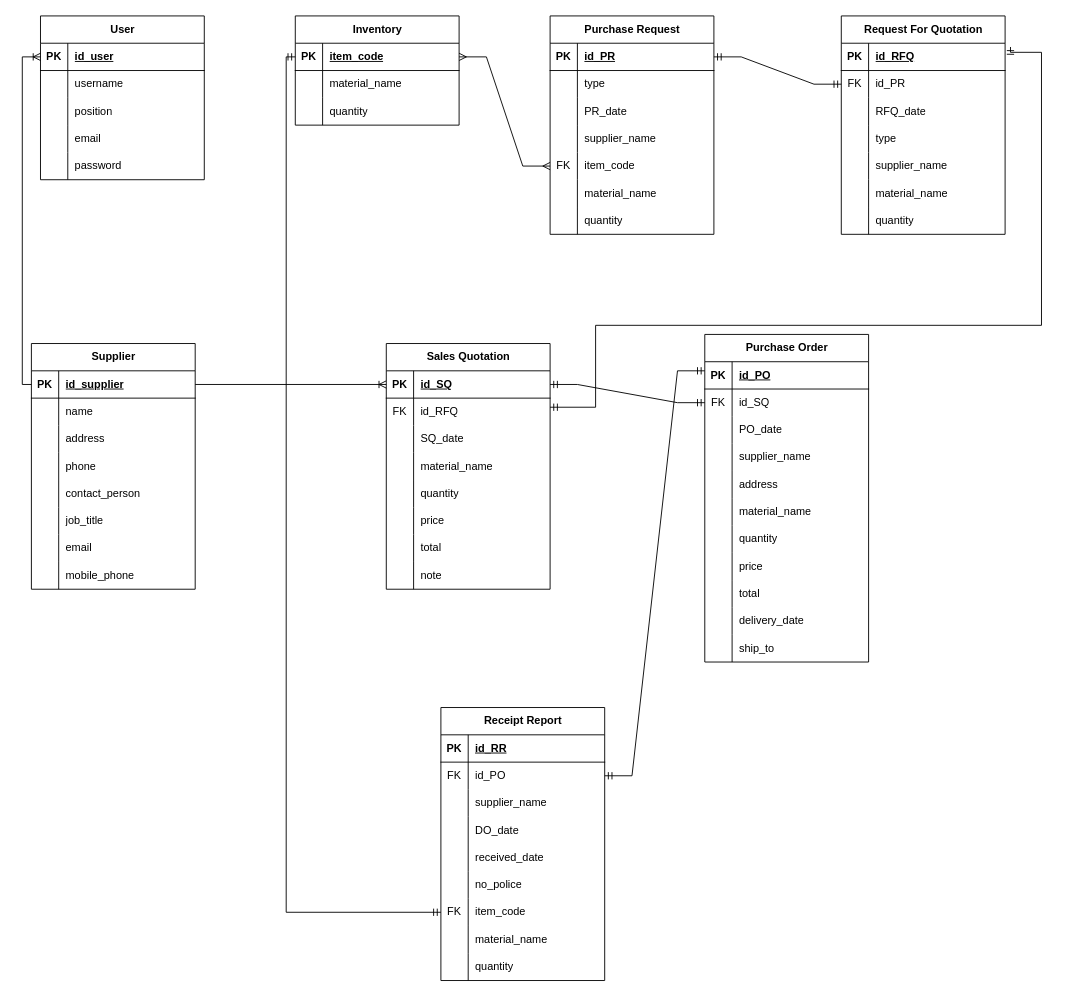
Earlier version of the draw.io diagram Diagram Tanpa Judul.drawio (annisaptr19/klinikmedika). Source tidied: cells renumbered, new cells numbered last; positions are measured from the earlier drawing's top-left corner, leaving out a move shared by most shapes. Both pictures are drawn from the tidied source at 91%, with x=0, y=0 at pixel (31, 15).
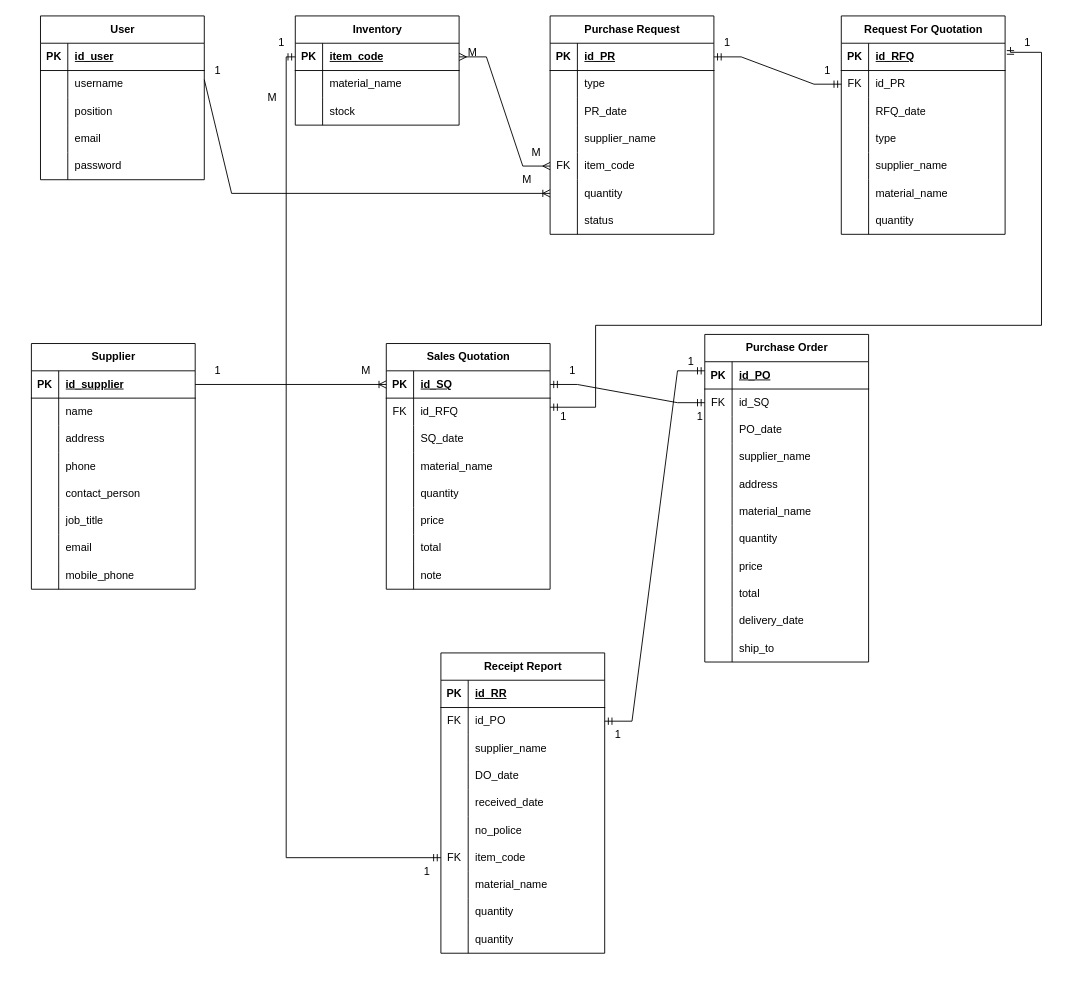
Above is the later version.

The change refers to these unchanged cells:
```xml
<mxCell id="5" style="shape=tableRow;horizontal=0;startSize=0;swimlaneHead=0;swimlaneBody=0;fillColor=none;points=[[0,0.5],[1,0.5]];portConstraint=eastwest;top=0;left=0;right=0;bottom=1;" parent="4" vertex="1">
  <mxGeometry y="30" width="180" height="30" as="geometry" />
</mxCell>
<mxCell id="27" style="shape=tableRow;horizontal=0;startSize=0;swimlaneHead=0;swimlaneBody=0;fillColor=none;top=0;left=0;right=0;bottom=0;" parent="20" vertex="1">
  <mxGeometry y="90" width="180" height="30" as="geometry" />
</mxCell>
<mxCell id="46" style="shape=tableRow;horizontal=0;startSize=0;swimlaneHead=0;swimlaneBody=0;fillColor=none;points=[[0,0.5],[1,0.5]];portConstraint=eastwest;top=0;left=0;right=0;bottom=0;" parent="30" vertex="1">
  <mxGeometry y="180" width="180" height="30" as="geometry" />
</mxCell>
<mxCell id="49" style="shape=tableRow;horizontal=0;startSize=0;swimlaneHead=0;swimlaneBody=0;fillColor=none;top=0;left=0;right=0;bottom=0;" parent="30" vertex="1">
  <mxGeometry y="210" width="180" height="30" as="geometry" />
</mxCell>
<mxCell id="134" style="shape=tableRow;horizontal=0;startSize=0;swimlaneHead=0;swimlaneBody=0;fillColor=none;points=[[0,0.5],[1,0.5]];portConstraint=eastwest;top=0;left=0;right=0;bottom=1;" parent="133" vertex="1">
  <mxGeometry y="30" width="180" height="30" as="geometry" />
</mxCell>
```

Change to the diagram source:
```diff
@@
-    <mxCell id="29" value="quantity" style="shape=partialRectangle;fillColor=none;top=0;left=0;bottom=0;right=0;align=left;spacingLeft=6;overflow=hidden;whiteSpace=wrap;html=1;" parent="27" vertex="1">
+    <mxCell id="29" value="stock" style="shape=partialRectangle;fillColor=none;top=0;left=0;bottom=0;right=0;align=left;spacingLeft=6;overflow=hidden;whiteSpace=wrap;html=1;" parent="27" vertex="1">
       <mxGeometry x="30" width="150" height="30" as="geometry" />
     </mxCell>
@@
-    <mxCell id="48" value="material_name" style="shape=partialRectangle;fillColor=none;top=0;left=0;bottom=0;right=0;align=left;spacingLeft=6;overflow=hidden;whiteSpace=wrap;html=1;" parent="46" vertex="1">
+    <mxCell id="48" value="quantity" style="shape=partialRectangle;fillColor=none;top=0;left=0;bottom=0;right=0;align=left;spacingLeft=6;overflow=hidden;whiteSpace=wrap;html=1;" parent="46" vertex="1">
       <mxGeometry x="30" width="150" height="30" as="geometry" />
     </mxCell>
@@
-    <mxCell id="51" value="quantity" style="shape=partialRectangle;fillColor=none;top=0;left=0;bottom=0;right=0;align=left;spacingLeft=6;overflow=hidden;whiteSpace=wrap;html=1;" parent="49" vertex="1">
+    <mxCell id="51" value="status" style="shape=partialRectangle;fillColor=none;top=0;left=0;bottom=0;right=0;align=left;spacingLeft=6;overflow=hidden;whiteSpace=wrap;html=1;" parent="49" vertex="1">
       <mxGeometry x="30" width="150" height="30" as="geometry" />
     </mxCell>
@@
     <mxCell id="158" value="Receipt Report" style="shape=table;startSize=30;childLayout=tableLayout;rowLines=0;fontStyle=1;align=center;html=1;" parent="1" vertex="1">
-      <mxGeometry x="450" y="760" width="180" height="300" as="geometry" />
+      <mxGeometry x="450" y="700" width="180" height="330" as="geometry" />
     </mxCell>
@@
+    <mxCell id="192" style="shape=tableRow;horizontal=0;startSize=0;swimlaneHead=0;swimlaneBody=0;fillColor=none;top=0;left=0;right=0;bottom=0;" parent="158" vertex="1">
+      <mxGeometry y="270" width="180" height="30" as="geometry" />
+    </mxCell>
+    <mxCell id="193" value="&lt;span style=&quot;white-space: pre;&quot;&gt;&#9;&lt;/span&gt;&lt;span style=&quot;white-space: pre;&quot;&gt;&#9;&lt;/span&gt;&lt;span style=&quot;white-space: pre;&quot;&gt;&#9;&lt;/span&gt;" style="shape=partialRectangle;fillColor=none;top=0;left=0;bottom=0;right=0;overflow=hidden;whiteSpace=wrap;html=1;" parent="192" vertex="1">
+      <mxGeometry width="30" height="30" as="geometry" />
+    </mxCell>
+    <mxCell id="194" value="quantity" style="shape=partialRectangle;fillColor=none;top=0;left=0;bottom=0;right=0;align=left;spacingLeft=6;overflow=hidden;whiteSpace=wrap;html=1;" parent="192" vertex="1">
+      <mxGeometry x="30" width="150" height="30" as="geometry" />
+    </mxCell>
     <mxCell id="183" style="shape=tableRow;horizontal=0;startSize=0;swimlaneHead=0;swimlaneBody=0;fillColor=none;top=0;left=0;right=0;bottom=0;" parent="158" vertex="1">
-      <mxGeometry y="270" width="180" height="30" as="geometry" />
+      <mxGeometry y="300" width="180" height="30" as="geometry" />
     </mxCell>
@@
-    <mxCell id="186" style="fontSize=12;html=1;endArrow=ERoneToMany;rounded=0;elbow=vertical;edgeStyle=orthogonalEdgeStyle;entryX=0;entryY=0.5;entryDx=0;entryDy=0;exitX=0;exitY=0.5;exitDx=0;exitDy=0;" parent="1" edge="1" source="134" target="5">
-      <mxGeometry relative="1" as="geometry" />
-    </mxCell>
@@
+    <mxCell id="195" style="fontSize=12;html=1;endArrow=ERoneToMany;rounded=0;entryX=0;entryY=0.5;entryDx=0;entryDy=0;exitX=0;exitY=1;exitDx=0;exitDy=0;" parent="1" edge="1" source="196" target="46">
+      <mxGeometry relative="1" as="geometry">
+        <Array as="points">
+          <mxPoint x="220" y="195" />
+        </Array>
+      </mxGeometry>
+    </mxCell>
+    <mxCell id="196" value="1" style="text;html=1;strokeColor=none;fillColor=none;align=center;verticalAlign=middle;whiteSpace=wrap;rounded=0;" parent="1" vertex="1">
+      <mxGeometry x="190" y="50" width="30" height="20" as="geometry" />
+    </mxCell>
+    <mxCell id="197" value="M" style="text;html=1;strokeColor=none;fillColor=none;align=center;verticalAlign=middle;whiteSpace=wrap;rounded=0;" parent="1" vertex="1">
+      <mxGeometry x="250" y="80" width="30" height="20" as="geometry" />
+    </mxCell>
+    <mxCell id="198" value="1" style="text;html=1;strokeColor=none;fillColor=none;align=center;verticalAlign=middle;whiteSpace=wrap;rounded=0;" parent="1" vertex="1">
+      <mxGeometry x="260" y="20" width="30" height="20" as="geometry" />
+    </mxCell>
+    <mxCell id="199" value="1" style="text;html=1;strokeColor=none;fillColor=none;align=center;verticalAlign=middle;whiteSpace=wrap;rounded=0;" parent="1" vertex="1">
+      <mxGeometry x="420" y="930" width="30" height="20" as="geometry" />
+    </mxCell>
+    <mxCell id="200" value="M" style="text;html=1;strokeColor=none;fillColor=none;align=center;verticalAlign=middle;whiteSpace=wrap;rounded=0;" parent="1" vertex="1">
+      <mxGeometry x="530" y="170" width="30" height="20" as="geometry" />
+    </mxCell>
+    <mxCell id="201" value="M" style="text;html=1;strokeColor=none;fillColor=none;align=center;verticalAlign=middle;whiteSpace=wrap;rounded=0;" parent="1" vertex="1">
+      <mxGeometry x="470" y="30" width="30" height="20" as="geometry" />
+    </mxCell>
+    <mxCell id="202" value="M" style="text;html=1;strokeColor=none;fillColor=none;align=center;verticalAlign=middle;whiteSpace=wrap;rounded=0;" parent="1" vertex="1">
+      <mxGeometry x="540" y="140" width="30" height="20" as="geometry" />
+    </mxCell>
+    <mxCell id="203" value="1" style="text;html=1;strokeColor=none;fillColor=none;align=center;verticalAlign=middle;whiteSpace=wrap;rounded=0;" parent="1" vertex="1">
+      <mxGeometry x="750" y="20" width="30" height="20" as="geometry" />
+    </mxCell>
+    <mxCell id="204" value="1" style="text;html=1;strokeColor=none;fillColor=none;align=center;verticalAlign=middle;whiteSpace=wrap;rounded=0;" parent="1" vertex="1">
+      <mxGeometry x="860" y="50" width="30" height="20" as="geometry" />
+    </mxCell>
+    <mxCell id="205" value="1" style="text;html=1;strokeColor=none;fillColor=none;align=center;verticalAlign=middle;whiteSpace=wrap;rounded=0;" parent="1" vertex="1">
+      <mxGeometry x="1080" y="20" width="30" height="20" as="geometry" />
+    </mxCell>
+    <mxCell id="206" value="1" style="text;html=1;strokeColor=none;fillColor=none;align=center;verticalAlign=middle;whiteSpace=wrap;rounded=0;" parent="1" vertex="1">
+      <mxGeometry x="570" y="430" width="30" height="20" as="geometry" />
+    </mxCell>
+    <mxCell id="207" value="1" style="text;html=1;strokeColor=none;fillColor=none;align=center;verticalAlign=middle;whiteSpace=wrap;rounded=0;" parent="1" vertex="1">
+      <mxGeometry x="580" y="380" width="30" height="20" as="geometry" />
+    </mxCell>
+    <mxCell id="208" value="1" style="text;html=1;strokeColor=none;fillColor=none;align=center;verticalAlign=middle;whiteSpace=wrap;rounded=0;" parent="1" vertex="1">
+      <mxGeometry x="720" y="430" width="30" height="20" as="geometry" />
+    </mxCell>
+    <mxCell id="209" value="1" style="text;html=1;strokeColor=none;fillColor=none;align=center;verticalAlign=middle;whiteSpace=wrap;rounded=0;" parent="1" vertex="1">
+      <mxGeometry x="710" y="370" width="30" height="20" as="geometry" />
+    </mxCell>
+    <mxCell id="210" value="1" style="text;html=1;strokeColor=none;fillColor=none;align=center;verticalAlign=middle;whiteSpace=wrap;rounded=0;" parent="1" vertex="1">
+      <mxGeometry x="630" y="780" width="30" height="20" as="geometry" />
+    </mxCell>
+    <mxCell id="211" value="1" style="text;html=1;strokeColor=none;fillColor=none;align=center;verticalAlign=middle;whiteSpace=wrap;rounded=0;" parent="1" vertex="1">
+      <mxGeometry x="190" y="380" width="30" height="20" as="geometry" />
+    </mxCell>
+    <mxCell id="212" value="M" style="text;html=1;strokeColor=none;fillColor=none;align=center;verticalAlign=middle;whiteSpace=wrap;rounded=0;" parent="1" vertex="1">
+      <mxGeometry x="353" y="380" width="30" height="20" as="geometry" />
+    </mxCell>
```
